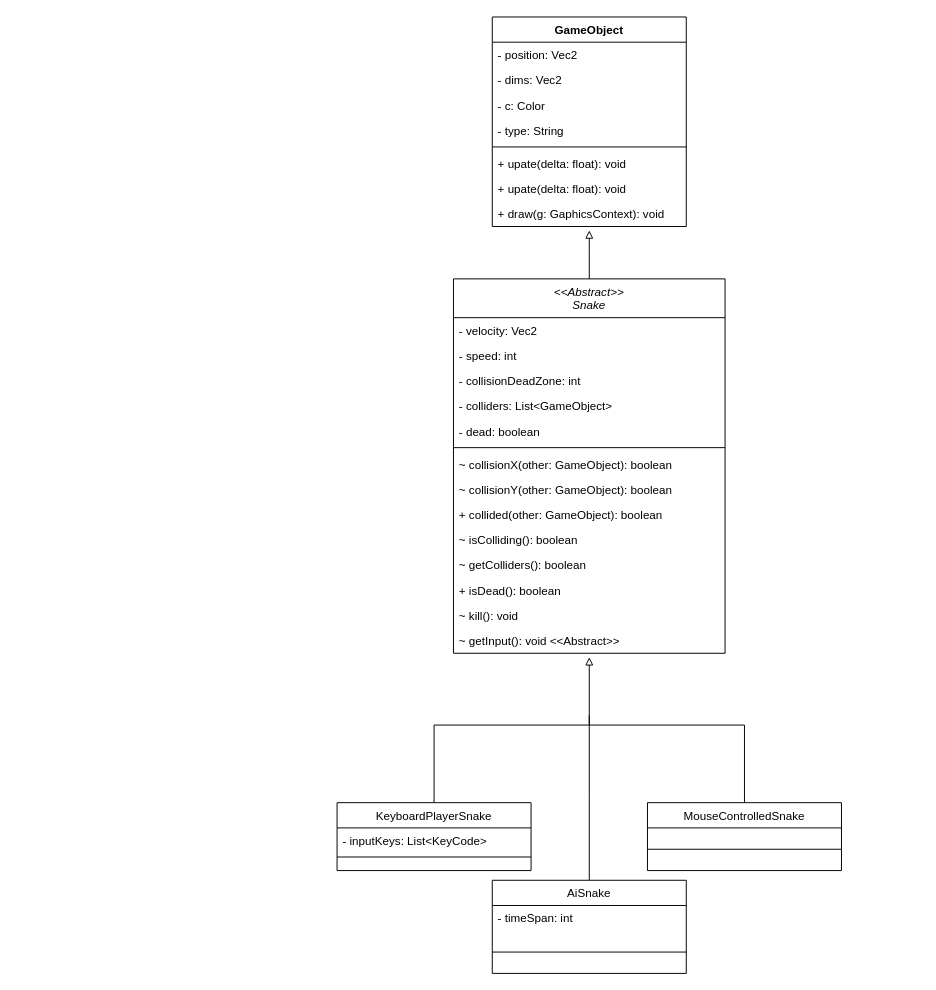
Earlier version of the draw.io diagram ClassDiagrams/ClassDiagram1.drawio (Houmam-Bencheikh-Elhoucine/OOP-project-SnakeGame). Source tidied: cells renumbered, new cells numbered last; positions are measured from the earlier drawing's top-left corner, leaving out a move shared by most shapes. Both pictures are drawn from the tidied source at 97%, with x=0, y=0 at pixel (337, 16).
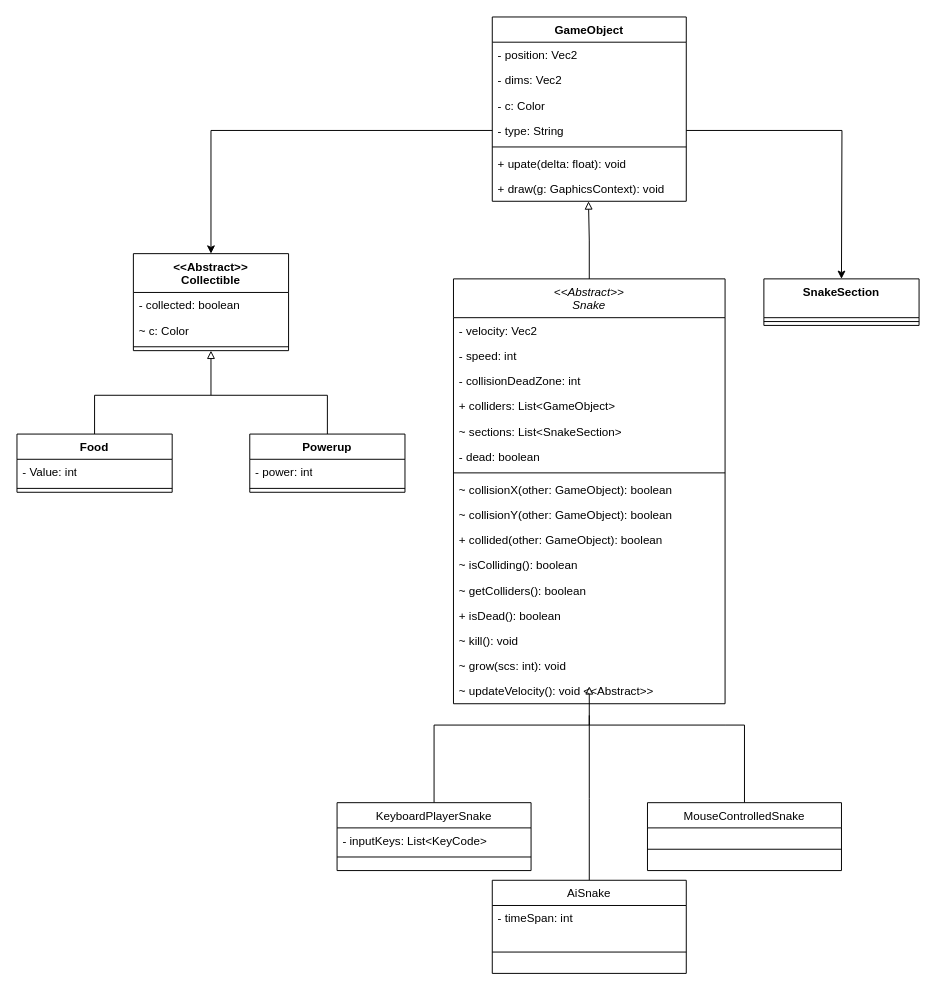
Above is the later version.

Unchanged cells that the change refers to:
```xml
<mxCell id="19" value="KeyboardPlayerSnake" style="swimlane;fontStyle=0;align=center;verticalAlign=top;horizontal=1;startSize=26;rounded=0;shadow=0;strokeWidth=1;" parent="1" vertex="1">
  <mxGeometry y="810" width="200" height="70" as="geometry" />
</mxCell>
<mxCell id="26" value="- type: String" style="text;strokeColor=none;fillColor=none;align=left;verticalAlign=top;spacingLeft=4;spacingRight=4;overflow=hidden;points=[[0,0.5],[1,0.5]];portConstraint=eastwest;whiteSpace=wrap;html=1;" parent="22" vertex="1">
  <mxGeometry y="104" width="200" height="26" as="geometry" />
</mxCell>
```

What changed in the source:
```diff
@@
-    <mxCell id="2" style="edgeStyle=orthogonalEdgeStyle;rounded=0;jettySize=auto;html=1;exitX=0.5;exitY=0;exitDx=0;exitDy=0;endArrow=block;endFill=0;" parent="1" edge="1" source="3">
-      <mxGeometry relative="1" as="geometry">
-        <mxPoint x="260" y="220" as="targetPoint" />
-      </mxGeometry>
+    <mxCell id="2" style="edgeStyle=orthogonalEdgeStyle;rounded=0;jettySize=auto;html=1;exitX=0.5;exitY=0;exitDx=0;exitDy=0;endArrow=block;endFill=0;entryX=0.496;entryY=1.002;entryDx=0;entryDy=0;entryPerimeter=0;" parent="1" edge="1" source="3" target="30">
+      <mxGeometry relative="1" as="geometry" />
     </mxCell>
     <mxCell id="3" value="&lt;&lt;Abstract&gt;&gt;&#10;Snake" style="swimlane;fontStyle=2;align=center;verticalAlign=top;horizontal=1;startSize=40;rounded=0;shadow=0;strokeWidth=1;" parent="1" vertex="1">
-      <mxGeometry x="120" y="270" width="280" height="386" as="geometry" />
+      <mxGeometry x="120" y="270" width="280" height="438" as="geometry" />
     </mxCell>
@@
+    <mxCell id="38" value="+ colliders: List&lt;GameObject&gt;" style="text;align=left;verticalAlign=top;spacingLeft=4;spacingRight=4;overflow=hidden;rounded=0;shadow=0;html=0;" parent="3" vertex="1">
+      <mxGeometry y="118" width="280" height="26" as="geometry" />
+    </mxCell>
-    <mxCell id="7" value="- colliders: List&lt;GameObject&gt;" style="text;align=left;verticalAlign=top;spacingLeft=4;spacingRight=4;overflow=hidden;rounded=0;shadow=0;html=0;" parent="3" vertex="1">
-      <mxGeometry y="118" width="280" height="26" as="geometry" />
+    <mxCell id="7" value="~ sections: List&lt;SnakeSection&gt;" style="text;align=left;verticalAlign=top;spacingLeft=4;spacingRight=4;overflow=hidden;rounded=0;shadow=0;html=0;" parent="3" vertex="1">
+      <mxGeometry y="144" width="280" height="26" as="geometry" />
     </mxCell>
     <mxCell id="8" value="- dead: boolean" style="text;align=left;verticalAlign=top;spacingLeft=4;spacingRight=4;overflow=hidden;rounded=0;shadow=0;html=0;" parent="3" vertex="1">
-      <mxGeometry y="144" width="280" height="26" as="geometry" />
+      <mxGeometry y="170" width="280" height="26" as="geometry" />
     </mxCell>
     <mxCell id="9" style="line;html=1;strokeWidth=1;align=left;verticalAlign=middle;spacingTop=-1;spacingLeft=3;spacingRight=3;labelPosition=right;" parent="3" vertex="1">
-      <mxGeometry y="170" width="280" height="8" as="geometry" />
+      <mxGeometry y="196" width="280" height="8" as="geometry" />
     </mxCell>
     <mxCell id="10" value="~ collisionX(other: GameObject): boolean" style="text;align=left;verticalAlign=top;spacingLeft=4;spacingRight=4;overflow=hidden;" parent="3" vertex="1">
-      <mxGeometry y="178" width="280" height="26" as="geometry" />
+      <mxGeometry y="204" width="280" height="26" as="geometry" />
     </mxCell>
     <mxCell id="11" value="~ collisionY(other: GameObject): boolean" style="text;align=left;verticalAlign=top;spacingLeft=4;spacingRight=4;overflow=hidden;" parent="3" vertex="1">
-      <mxGeometry y="204" width="280" height="26" as="geometry" />
+      <mxGeometry y="230" width="280" height="26" as="geometry" />
     </mxCell>
     <mxCell id="12" value="+ collided(other: GameObject): boolean" style="text;align=left;verticalAlign=top;spacingLeft=4;spacingRight=4;overflow=hidden;" parent="3" vertex="1">
-      <mxGeometry y="230" width="280" height="26" as="geometry" />
+      <mxGeometry y="256" width="280" height="26" as="geometry" />
     </mxCell>
     <mxCell id="13" value="~ isColliding(): boolean" style="text;align=left;verticalAlign=top;spacingLeft=4;spacingRight=4;overflow=hidden;" parent="3" vertex="1">
-      <mxGeometry y="256" width="280" height="26" as="geometry" />
+      <mxGeometry y="282" width="280" height="26" as="geometry" />
     </mxCell>
     <mxCell id="14" value="~ getColliders(): boolean" style="text;align=left;verticalAlign=top;spacingLeft=4;spacingRight=4;overflow=hidden;" parent="3" vertex="1">
-      <mxGeometry y="282" width="280" height="26" as="geometry" />
+      <mxGeometry y="308" width="280" height="26" as="geometry" />
     </mxCell>
     <mxCell id="15" value="+ isDead(): boolean" style="text;align=left;verticalAlign=top;spacingLeft=4;spacingRight=4;overflow=hidden;" parent="3" vertex="1">
-      <mxGeometry y="308" width="280" height="26" as="geometry" />
+      <mxGeometry y="334" width="280" height="26" as="geometry" />
     </mxCell>
     <mxCell id="16" value="~ kill(): void" style="text;align=left;verticalAlign=top;spacingLeft=4;spacingRight=4;overflow=hidden;" parent="3" vertex="1">
-      <mxGeometry y="334" width="280" height="26" as="geometry" />
+      <mxGeometry y="360" width="280" height="26" as="geometry" />
     </mxCell>
+    <mxCell id="39" value="~ grow(scs: int): void" style="text;align=left;verticalAlign=top;spacingLeft=4;spacingRight=4;overflow=hidden;" parent="3" vertex="1">
+      <mxGeometry y="386" width="280" height="26" as="geometry" />
+    </mxCell>
-    <mxCell id="17" value="~ getInput(): void &lt;&lt;Abstract&gt;&gt;" style="text;align=left;verticalAlign=top;spacingLeft=4;spacingRight=4;overflow=hidden;" parent="3" vertex="1">
-      <mxGeometry y="360" width="280" height="26" as="geometry" />
+    <mxCell id="17" value="~ updateVelocity(): void &lt;&lt;Abstract&gt;&gt;" style="text;align=left;verticalAlign=top;spacingLeft=4;spacingRight=4;overflow=hidden;" parent="3" vertex="1">
+      <mxGeometry y="412" width="280" height="26" as="geometry" />
     </mxCell>
     <mxCell id="18" style="edgeStyle=orthogonalEdgeStyle;rounded=0;jettySize=auto;html=1;endArrow=block;endFill=0;exitX=0.5;exitY=0;exitDx=0;exitDy=0;" parent="1" edge="1" source="19">
       <mxGeometry relative="1" as="geometry">
-        <mxPoint x="260" y="660" as="targetPoint" />
+        <mxPoint x="260" y="690" as="targetPoint" />
         <Array as="points">
           <mxPoint x="100" y="730" />
           <mxPoint x="260" y="730" />
         </Array>
       </mxGeometry>
     </mxCell>
@@
     <mxCell id="22" value="GameObject" style="swimlane;fontStyle=1;align=center;verticalAlign=top;horizontal=1;startSize=26;whiteSpace=wrap;html=1;" parent="1" vertex="1">
-      <mxGeometry x="160" width="200" height="216" as="geometry" />
+      <mxGeometry x="160" width="200" height="190" as="geometry" />
     </mxCell>
@@
+    <mxCell id="40" style="edgeStyle=orthogonalEdgeStyle;rounded=0;jettySize=auto;html=1;exitX=1;exitY=0.5;exitDx=0;exitDy=0;" parent="22" edge="1" source="26">
+      <mxGeometry relative="1" as="geometry">
+        <mxPoint x="360" y="270" as="targetPoint" />
+      </mxGeometry>
+    </mxCell>
@@
-    <mxCell id="29" value="+ upate(delta: float): void" style="text;strokeColor=none;fillColor=none;align=left;verticalAlign=top;spacingLeft=4;spacingRight=4;overflow=hidden;whiteSpace=wrap;html=1;" parent="22" vertex="1">
-      <mxGeometry y="164" width="200" height="26" as="geometry" />
-    </mxCell>
     <mxCell id="30" value="+ draw(g: GaphicsContext): void" style="text;strokeColor=none;fillColor=none;align=left;verticalAlign=top;spacingLeft=4;spacingRight=4;overflow=hidden;points=[[0,0.5],[1,0.5]];portConstraint=eastwest;whiteSpace=wrap;html=1;" parent="22" vertex="1">
-      <mxGeometry y="190" width="200" height="26" as="geometry" />
+      <mxGeometry y="164" width="200" height="26" as="geometry" />
     </mxCell>
@@
+    <mxCell id="41" value="&amp;lt;&amp;lt;Abstract&amp;gt;&amp;gt;&lt;br&gt;Collectible" style="swimlane;fontStyle=1;align=center;verticalAlign=top;horizontal=1;startSize=40;whiteSpace=wrap;html=1;" parent="1" vertex="1">
+      <mxGeometry x="-210" y="244" width="160" height="100" as="geometry" />
+    </mxCell>
+    <mxCell id="42" value="- collected: boolean" style="text;strokeColor=none;fillColor=none;align=left;verticalAlign=top;spacingLeft=4;spacingRight=4;overflow=hidden;whiteSpace=wrap;html=1;" parent="41" vertex="1">
+      <mxGeometry y="40" width="160" height="26" as="geometry" />
+    </mxCell>
+    <mxCell id="43" value="~ c: Color" style="text;strokeColor=none;fillColor=none;align=left;verticalAlign=top;spacingLeft=4;spacingRight=4;overflow=hidden;whiteSpace=wrap;html=1;" parent="41" vertex="1">
+      <mxGeometry y="66" width="160" height="26" as="geometry" />
+    </mxCell>
+    <mxCell id="44" style="line;strokeWidth=1;fillColor=none;align=left;verticalAlign=middle;spacingTop=-1;spacingLeft=3;spacingRight=3;labelPosition=right;strokeColor=inherit;" parent="41" vertex="1">
+      <mxGeometry y="92" width="160" height="8" as="geometry" />
+    </mxCell>
+    <mxCell id="45" value="SnakeSection" style="swimlane;fontStyle=1;align=center;verticalAlign=top;horizontal=1;startSize=40;whiteSpace=wrap;html=1;" parent="1" vertex="1">
+      <mxGeometry x="440" y="270" width="160" height="48" as="geometry" />
+    </mxCell>
+    <mxCell id="46" style="line;strokeWidth=1;fillColor=none;align=left;verticalAlign=middle;spacingTop=-1;spacingLeft=3;spacingRight=3;labelPosition=right;strokeColor=inherit;" parent="45" vertex="1">
+      <mxGeometry y="40" width="160" height="8" as="geometry" />
+    </mxCell>
+    <mxCell id="47" style="edgeStyle=orthogonalEdgeStyle;rounded=0;jettySize=auto;html=1;exitX=0.5;exitY=0;exitDx=0;exitDy=0;endArrow=none;endFill=0;" parent="1" edge="1" source="48">
+      <mxGeometry relative="1" as="geometry">
+        <mxPoint x="-130" y="390" as="targetPoint" />
+        <Array as="points">
+          <mxPoint x="-250" y="390" />
+        </Array>
+      </mxGeometry>
+    </mxCell>
+    <mxCell id="48" value="Food" style="swimlane;fontStyle=1;align=center;verticalAlign=top;horizontal=1;startSize=26;whiteSpace=wrap;html=1;" parent="1" vertex="1">
+      <mxGeometry x="-330" y="430" width="160" height="60" as="geometry" />
+    </mxCell>
+    <mxCell id="49" value="- Value: int" style="text;strokeColor=none;fillColor=none;align=left;verticalAlign=top;spacingLeft=4;spacingRight=4;overflow=hidden;whiteSpace=wrap;html=1;" parent="48" vertex="1">
+      <mxGeometry y="26" width="160" height="26" as="geometry" />
+    </mxCell>
+    <mxCell id="50" style="line;strokeWidth=1;fillColor=none;align=left;verticalAlign=middle;spacingTop=-1;spacingLeft=3;spacingRight=3;labelPosition=right;strokeColor=inherit;" parent="48" vertex="1">
+      <mxGeometry y="52" width="160" height="8" as="geometry" />
+    </mxCell>
+    <mxCell id="51" style="edgeStyle=orthogonalEdgeStyle;rounded=0;jettySize=auto;html=1;exitX=0.5;exitY=0;exitDx=0;exitDy=0;entryX=0.5;entryY=1;entryDx=0;entryDy=0;endArrow=block;endFill=0;" parent="1" edge="1" source="52" target="41">
+      <mxGeometry relative="1" as="geometry">
+        <Array as="points">
+          <mxPoint x="-10" y="390" />
+          <mxPoint x="-130" y="390" />
+        </Array>
+      </mxGeometry>
+    </mxCell>
+    <mxCell id="52" value="Powerup" style="swimlane;fontStyle=1;align=center;verticalAlign=top;horizontal=1;startSize=26;whiteSpace=wrap;html=1;" parent="1" vertex="1">
+      <mxGeometry x="-90" y="430" width="160" height="60" as="geometry" />
+    </mxCell>
+    <mxCell id="53" value="- power: int" style="text;strokeColor=none;fillColor=none;align=left;verticalAlign=top;spacingLeft=4;spacingRight=4;overflow=hidden;whiteSpace=wrap;html=1;" parent="52" vertex="1">
+      <mxGeometry y="26" width="160" height="26" as="geometry" />
+    </mxCell>
+    <mxCell id="54" style="line;strokeWidth=1;fillColor=none;align=left;verticalAlign=middle;spacingTop=-1;spacingLeft=3;spacingRight=3;labelPosition=right;strokeColor=inherit;" parent="52" vertex="1">
+      <mxGeometry y="52" width="160" height="8" as="geometry" />
+    </mxCell>
+    <mxCell id="55" style="edgeStyle=orthogonalEdgeStyle;rounded=0;jettySize=auto;html=1;exitX=0;exitY=0.5;exitDx=0;exitDy=0;entryX=0.5;entryY=0;entryDx=0;entryDy=0;" parent="1" edge="1" source="26" target="41">
+      <mxGeometry relative="1" as="geometry" />
+    </mxCell>
```
